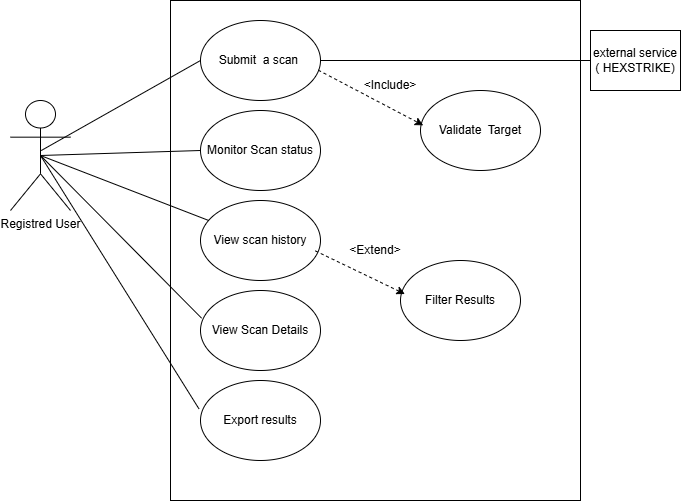
Above: uploads/diagrams/sprint2 usecas.drawio.png in guizanimohamed23/report (draw.io), before the change. Source tidied: cells renumbered, new cells last; positions are measured from the earlier drawing's top-left corner, leaving out a move shared by most shapes.
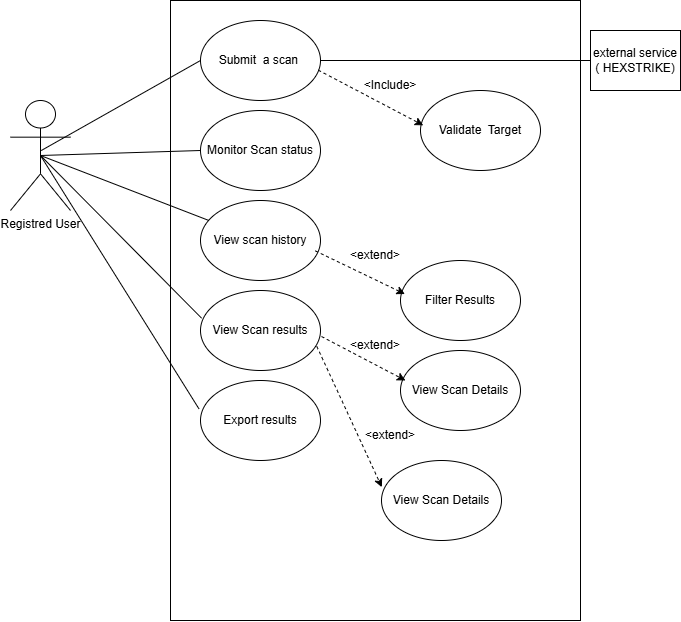
After the change.

Change to the diagram source:
```diff
@@ -2,8 +2,8 @@
   <root>
     <mxCell id="0" />
     <mxCell id="1" parent="0" />
-    <mxCell id="2" value="&amp;lt;Extend&amp;gt;" style="rounded=0;whiteSpace=wrap;html=1;" parent="1" vertex="1">
-      <mxGeometry x="160" width="410" height="500" as="geometry" />
+    <mxCell id="2" style="rounded=0;whiteSpace=wrap;html=1;" parent="1" vertex="1">
+      <mxGeometry x="160" width="410" height="620" as="geometry" />
     </mxCell>
     <mxCell id="3" value="Registred User" style="shape=umlActor;verticalLabelPosition=bottom;verticalAlign=top;html=1;outlineConnect=0;" parent="1" vertex="1">
       <mxGeometry y="100" width="60" height="110" as="geometry" />
@@ -17,7 +17,7 @@
     <mxCell id="6" value="View scan history" style="ellipse;whiteSpace=wrap;html=1;" parent="1" vertex="1">
       <mxGeometry x="190" y="200" width="120" height="80" as="geometry" />
     </mxCell>
-    <mxCell id="7" value="View Scan Details" style="ellipse;whiteSpace=wrap;html=1;" parent="1" vertex="1">
+    <mxCell id="7" value="View Scan results" style="ellipse;whiteSpace=wrap;html=1;" parent="1" vertex="1">
       <mxGeometry x="190" y="290" width="120" height="80" as="geometry" />
     </mxCell>
     <mxCell id="8" value="Export results" style="ellipse;whiteSpace=wrap;html=1;" parent="1" vertex="1">
@@ -59,5 +59,29 @@
     <mxCell id="20" value="&amp;lt;Include&amp;gt;" style="text;html=1;whiteSpace=wrap;strokeColor=none;fillColor=none;align=center;verticalAlign=middle;rounded=0;" parent="1" vertex="1">
       <mxGeometry x="350" y="70" width="60" height="30" as="geometry" />
     </mxCell>
+    <mxCell id="21" value="View Scan Details" style="ellipse;whiteSpace=wrap;html=1;" parent="1" vertex="1">
+      <mxGeometry x="390" y="350" width="120" height="80" as="geometry" />
+    </mxCell>
+    <mxCell id="22" value="&amp;lt;extend&amp;gt;" style="text;html=1;align=center;verticalAlign=middle;whiteSpace=wrap;rounded=0;" parent="1" vertex="1">
+      <mxGeometry x="335" y="240" width="60" height="30" as="geometry" />
+    </mxCell>
+    <mxCell id="23" value="View Scan Details" style="ellipse;whiteSpace=wrap;html=1;" parent="1" vertex="1">
+      <mxGeometry x="371" y="460" width="120" height="80" as="geometry" />
+    </mxCell>
+    <mxCell id="24" style="endArrow=classic;html=1;rounded=0;entryX=0.037;entryY=0.419;entryDx=0;entryDy=0;entryPerimeter=0;dashed=1;" parent="1" edge="1">
+      <mxGeometry relative="1" as="geometry">
+        <mxPoint x="311" y="336" as="sourcePoint" />
+        <mxPoint x="395" y="380" as="targetPoint" />
+      </mxGeometry>
+    </mxCell>
+    <mxCell id="25" style="endArrow=classic;html=1;rounded=0;exitX=0.969;exitY=0.698;exitDx=0;exitDy=0;exitPerimeter=0;entryX=0.003;entryY=0.333;entryDx=0;entryDy=0;entryPerimeter=0;dashed=1;" parent="1" edge="1" source="7" target="23">
+      <mxGeometry relative="1" as="geometry" />
+    </mxCell>
+    <mxCell id="26" value="&amp;lt;extend&amp;gt;" style="text;html=1;align=center;verticalAlign=middle;whiteSpace=wrap;rounded=0;" parent="1" vertex="1">
+      <mxGeometry x="335" y="330" width="60" height="30" as="geometry" />
+    </mxCell>
+    <mxCell id="27" value="&amp;lt;extend&amp;gt;" style="text;html=1;align=center;verticalAlign=middle;whiteSpace=wrap;rounded=0;" parent="1" vertex="1">
+      <mxGeometry x="350" y="420" width="60" height="30" as="geometry" />
+    </mxCell>
   </root>
 </mxGraphModel>
```
